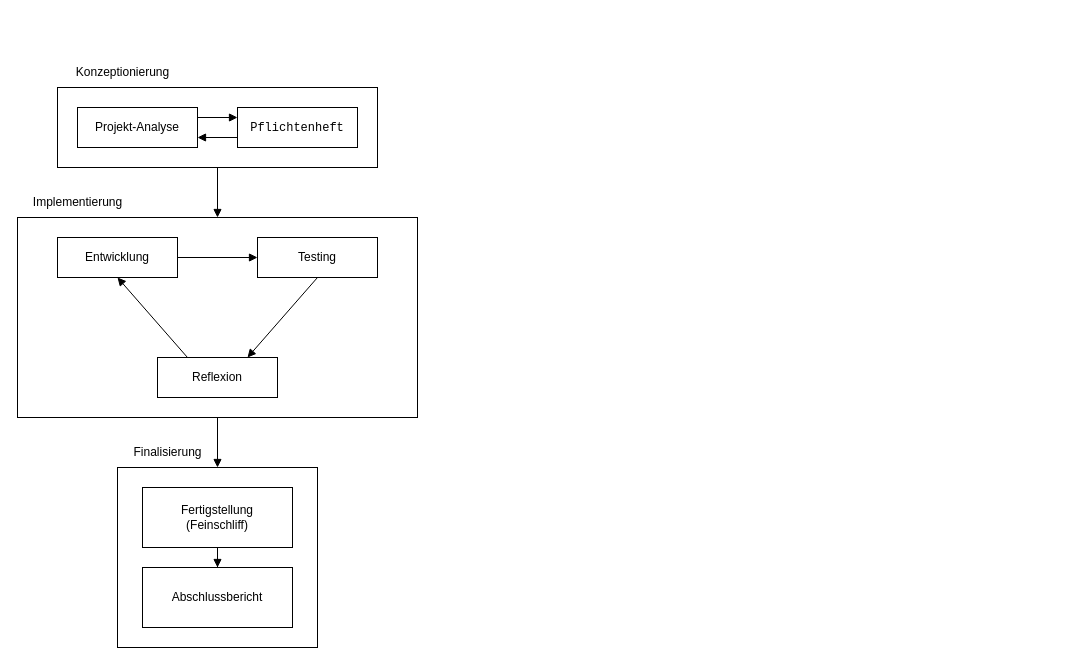
Above: Pflichtenheft/Vorgehensmodell.drawio in SmollClover/Jahresprojekt-FA31 (draw.io), before the change. Source tidied: cells renumbered, new cells numbered last; positions are measured from the earlier drawing's top-left corner, leaving out a move shared by most shapes. Both pictures are drawn from the tidied source at 100%, with x=0, y=0 at pixel (17, 57).
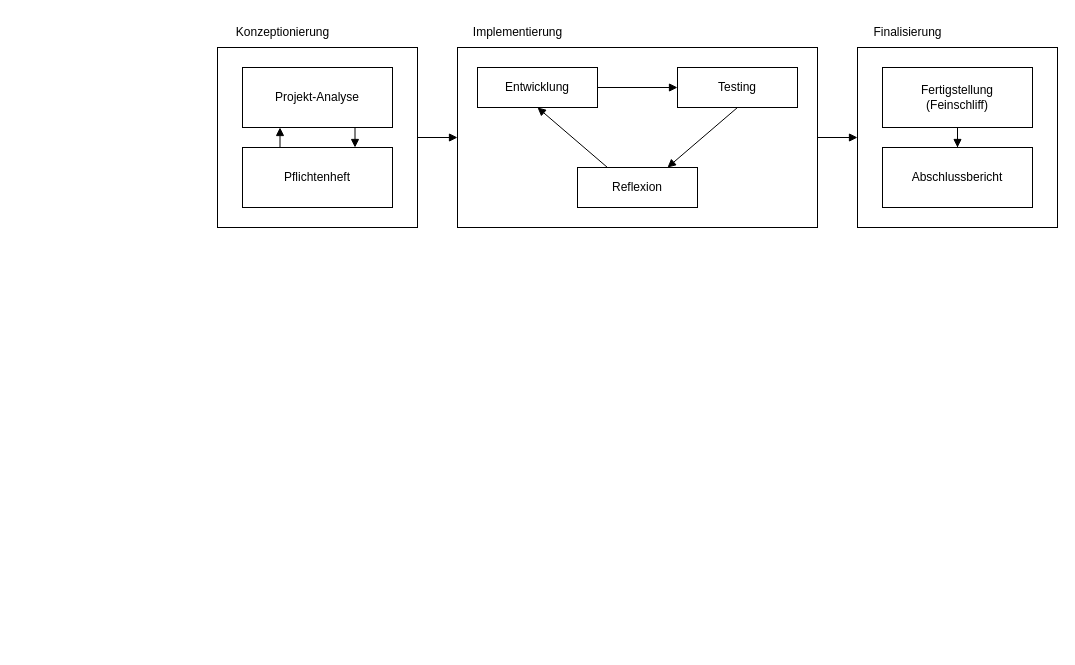
The same diagram, later.

Commit message (it also covers changes not shown here):
Update Vorgehensmodell und export zu PNG

What changed in the source:
```diff
@@
-    <mxCell id="2" style="group;" parent="1" vertex="1">
-      <mxGeometry x="100" y="380" width="200" height="210" as="geometry" />
-    </mxCell>
+    <mxCell id="16" style="edgeStyle=orthogonalEdgeStyle;rounded=0;jettySize=auto;html=1;entryX=0;entryY=0.5;entryDx=0;entryDy=0;endArrow=block;endFill=1;" parent="1" edge="1" source="18" target="4">
+      <mxGeometry relative="1" as="geometry" />
+    </mxCell>
+    <mxCell id="26" style="edgeStyle=orthogonalEdgeStyle;rounded=0;jettySize=auto;html=1;exitX=1;exitY=0.5;exitDx=0;exitDy=0;entryX=0;entryY=0.5;entryDx=0;entryDy=0;endArrow=block;endFill=1;" parent="1" edge="1" source="29" target="18">
+      <mxGeometry relative="1" as="geometry" />
+    </mxCell>
+    <mxCell id="27" style="group;" parent="1" vertex="1">
+      <mxGeometry x="840" y="-40" width="200" height="210" as="geometry" />
+    </mxCell>
-    <mxCell id="3" value="Finalisierung" style="text;html=1;align=center;verticalAlign=middle;strokeColor=none;fillColor=none;" parent="2" vertex="1">
+    <mxCell id="3" value="Finalisierung" style="text;html=1;align=center;verticalAlign=middle;strokeColor=none;fillColor=none;" parent="27" vertex="1">
       <mxGeometry width="100" height="30" as="geometry" />
     </mxCell>
-    <mxCell id="4" style="rounded=0;whiteSpace=wrap;html=1;fillColor=none;" parent="2" vertex="1">
+    <mxCell id="4" style="rounded=0;whiteSpace=wrap;html=1;fillColor=none;" parent="27" vertex="1">
       <mxGeometry y="30" width="200" height="180" as="geometry" />
     </mxCell>
-    <mxCell id="5" value="&lt;div&gt;Fertigstellung&lt;/div&gt;&lt;div&gt;(Feinschliff)&lt;/div&gt;" style="rounded=0;whiteSpace=wrap;html=1;" parent="2" vertex="1">
+    <mxCell id="5" value="&lt;div&gt;Fertigstellung&lt;/div&gt;&lt;div&gt;(Feinschliff)&lt;/div&gt;" style="rounded=0;whiteSpace=wrap;html=1;fillColor=none;" parent="27" vertex="1">
       <mxGeometry x="25" y="50" width="150" height="60" as="geometry" />
     </mxCell>
-    <mxCell id="6" value="Abschlussbericht" style="rounded=0;whiteSpace=wrap;html=1;" parent="2" vertex="1">
+    <mxCell id="6" value="Abschlussbericht" style="rounded=0;whiteSpace=wrap;html=1;fillColor=none;" parent="27" vertex="1">
       <mxGeometry x="25" y="130" width="150" height="60" as="geometry" />
     </mxCell>
-    <mxCell id="7" style="edgeStyle=orthogonalEdgeStyle;rounded=0;jettySize=auto;html=1;entryX=0.5;entryY=0;entryDx=0;entryDy=0;endArrow=block;endFill=1;" parent="2" edge="1" source="5" target="6">
+    <mxCell id="7" style="edgeStyle=orthogonalEdgeStyle;rounded=0;jettySize=auto;html=1;entryX=0.5;entryY=0;entryDx=0;entryDy=0;endArrow=block;endFill=1;" parent="27" edge="1" source="5" target="6">
       <mxGeometry relative="1" as="geometry" />
     </mxCell>
-    <mxCell id="8" style="group;" parent="1" vertex="1">
-      <mxGeometry x="40" width="320" height="110" as="geometry" />
-    </mxCell>
-    <mxCell id="9" style="rounded=0;whiteSpace=wrap;html=1;fillColor=none;" parent="8" vertex="1">
-      <mxGeometry y="30" width="320" height="80" as="geometry" />
-    </mxCell>
+    <mxCell id="28" style="group;" parent="1" vertex="1">
+      <mxGeometry x="200" y="-40" width="200" height="210" as="geometry" />
+    </mxCell>
+    <mxCell id="29" style="rounded=0;whiteSpace=wrap;html=1;fillColor=none;" parent="28" vertex="1">
+      <mxGeometry y="30" width="200" height="180" as="geometry" />
+    </mxCell>
+    <mxCell id="14" value="Konzeptionierung" style="text;html=1;align=center;verticalAlign=middle;strokeColor=none;fillColor=none;" parent="28" vertex="1">
+      <mxGeometry width="130" height="30" as="geometry" />
+    </mxCell>
+    <mxCell id="12" value="&lt;div&gt;Projekt-Analyse&lt;/div&gt;" style="rounded=0;whiteSpace=wrap;html=1;fillColor=none;" parent="28" vertex="1">
+      <mxGeometry x="25" y="50" width="150" height="60" as="geometry" />
+    </mxCell>
+    <mxCell id="13" style="edgeStyle=orthogonalEdgeStyle;rounded=0;jettySize=auto;html=1;exitX=0.25;exitY=0;exitDx=0;exitDy=0;entryX=0.25;entryY=1;entryDx=0;entryDy=0;endArrow=block;endFill=1;" parent="28" edge="1" source="10" target="12">
+      <mxGeometry relative="1" as="geometry" />
+    </mxCell>
-    <mxCell id="10" value="&lt;font face=&quot;Courier New&quot;&gt;Pflichtenheft&lt;/font&gt;" style="rounded=0;whiteSpace=wrap;html=1;" parent="8" vertex="1">
-      <mxGeometry x="180" y="50" width="120" height="40" as="geometry" />
+    <mxCell id="10" value="Pflichtenheft" style="rounded=0;whiteSpace=wrap;html=1;fillColor=none;" parent="28" vertex="1">
+      <mxGeometry x="25" y="130" width="150" height="60" as="geometry" />
     </mxCell>
-    <mxCell id="11" style="edgeStyle=orthogonalEdgeStyle;rounded=0;jettySize=auto;html=1;entryX=0;entryY=0.25;entryDx=0;entryDy=0;exitX=1;exitY=0.25;exitDx=0;exitDy=0;startArrow=none;startFill=0;endArrow=block;endFill=1;" parent="8" edge="1" source="12" target="10">
+    <mxCell id="11" style="edgeStyle=orthogonalEdgeStyle;rounded=0;jettySize=auto;html=1;exitX=0.75;exitY=1;exitDx=0;exitDy=0;entryX=0.75;entryY=0;entryDx=0;entryDy=0;endArrow=block;endFill=1;" parent="28" edge="1" source="12" target="10">
       <mxGeometry relative="1" as="geometry" />
     </mxCell>
-    <mxCell id="12" value="Projekt-Analyse" style="rounded=0;whiteSpace=wrap;html=1;" parent="8" vertex="1">
-      <mxGeometry x="20" y="50" width="120" height="40" as="geometry" />
-    </mxCell>
-    <mxCell id="13" style="edgeStyle=orthogonalEdgeStyle;rounded=0;jettySize=auto;html=1;exitX=0;exitY=0.75;exitDx=0;exitDy=0;entryX=1;entryY=0.75;entryDx=0;entryDy=0;startArrow=none;startFill=0;endArrow=block;endFill=1;" parent="8" edge="1" source="10" target="12">
-      <mxGeometry relative="1" as="geometry" />
-    </mxCell>
-    <mxCell id="14" value="Konzeptionierung" style="text;html=1;align=center;verticalAlign=middle;strokeColor=none;fillColor=none;" parent="8" vertex="1">
-      <mxGeometry width="130" height="30" as="geometry" />
-    </mxCell>
-    <mxCell id="15" style="edgeStyle=orthogonalEdgeStyle;rounded=0;jettySize=auto;html=1;entryX=0.5;entryY=0;entryDx=0;entryDy=0;endArrow=block;endFill=1;" parent="1" edge="1" source="9" target="18">
-      <mxGeometry relative="1" as="geometry" />
-    </mxCell>
-    <mxCell id="16" style="edgeStyle=orthogonalEdgeStyle;rounded=0;jettySize=auto;html=1;entryX=0.5;entryY=0;entryDx=0;entryDy=0;endArrow=block;endFill=1;" parent="1" edge="1" source="18" target="4">
-      <mxGeometry relative="1" as="geometry" />
-    </mxCell>
-    <mxCell id="17" style="group;" parent="1" vertex="1">
-      <mxGeometry y="130" width="400" height="230" as="geometry" />
-    </mxCell>
+    <mxCell id="30" style="group;" parent="1" vertex="1">
+      <mxGeometry x="440" y="-40" width="360" height="210" as="geometry" />
+    </mxCell>
-    <mxCell id="18" value="&amp;nbsp;" style="rounded=0;whiteSpace=wrap;html=1;fillColor=none;" parent="17" vertex="1">
-      <mxGeometry y="30" width="400" height="200" as="geometry" />
+    <mxCell id="18" value="&amp;nbsp;" style="rounded=0;whiteSpace=wrap;html=1;fillColor=none;" parent="30" vertex="1">
+      <mxGeometry y="30" width="360" height="180" as="geometry" />
     </mxCell>
-    <mxCell id="19" value="Implementierung" style="text;html=1;align=center;verticalAlign=middle;strokeColor=none;fillColor=none;" parent="17" vertex="1">
+    <mxCell id="19" value="Implementierung" style="text;html=1;align=center;verticalAlign=middle;strokeColor=none;fillColor=none;" parent="30" vertex="1">
       <mxGeometry width="120" height="30" as="geometry" />
     </mxCell>
-    <mxCell id="20" value="Entwicklung" style="rounded=0;whiteSpace=wrap;html=1;" parent="17" vertex="1">
-      <mxGeometry x="40" y="50" width="120" height="40" as="geometry" />
+    <mxCell id="20" value="Entwicklung" style="rounded=0;whiteSpace=wrap;html=1;fillColor=none;" parent="30" vertex="1">
+      <mxGeometry x="20" y="50" width="120" height="40" as="geometry" />
     </mxCell>
-    <mxCell id="21" value="Testing" style="rounded=0;whiteSpace=wrap;html=1;" parent="17" vertex="1">
-      <mxGeometry x="240" y="50" width="120" height="40" as="geometry" />
+    <mxCell id="21" value="Testing" style="rounded=0;whiteSpace=wrap;html=1;fillColor=none;" parent="30" vertex="1">
+      <mxGeometry x="220" y="50" width="120" height="40" as="geometry" />
     </mxCell>
-    <mxCell id="22" style="edgeStyle=orthogonalEdgeStyle;rounded=0;jettySize=auto;html=1;entryX=0;entryY=0.5;entryDx=0;entryDy=0;endArrow=block;endFill=1;" parent="17" edge="1" source="20" target="21">
+    <mxCell id="22" style="edgeStyle=orthogonalEdgeStyle;rounded=0;jettySize=auto;html=1;entryX=0;entryY=0.5;entryDx=0;entryDy=0;endArrow=block;endFill=1;" parent="30" edge="1" source="20" target="21">
       <mxGeometry relative="1" as="geometry" />
     </mxCell>
-    <mxCell id="23" style="rounded=0;jettySize=auto;html=1;entryX=0.5;entryY=1;entryDx=0;entryDy=0;exitX=0.25;exitY=0;exitDx=0;exitDy=0;endArrow=block;endFill=1;" parent="17" edge="1" source="24" target="20">
+    <mxCell id="23" style="rounded=0;jettySize=auto;html=1;entryX=0.5;entryY=1;entryDx=0;entryDy=0;exitX=0.25;exitY=0;exitDx=0;exitDy=0;endArrow=block;endFill=1;" parent="30" edge="1" source="24" target="20">
       <mxGeometry relative="1" as="geometry" />
     </mxCell>
-    <mxCell id="24" value="Reflexion" style="rounded=0;whiteSpace=wrap;html=1;" parent="17" vertex="1">
-      <mxGeometry x="140" y="170" width="120" height="40" as="geometry" />
+    <mxCell id="24" value="Reflexion" style="rounded=0;whiteSpace=wrap;html=1;fillColor=none;" parent="30" vertex="1">
+      <mxGeometry x="120" y="150" width="120" height="40" as="geometry" />
     </mxCell>
-    <mxCell id="25" style="rounded=0;jettySize=auto;html=1;entryX=0.75;entryY=0;entryDx=0;entryDy=0;exitX=0.5;exitY=1;exitDx=0;exitDy=0;endArrow=block;endFill=1;" parent="17" edge="1" source="21" target="24">
+    <mxCell id="25" style="rounded=0;jettySize=auto;html=1;entryX=0.75;entryY=0;entryDx=0;entryDy=0;exitX=0.5;exitY=1;exitDx=0;exitDy=0;endArrow=block;endFill=1;" parent="30" edge="1" source="21" target="24">
       <mxGeometry relative="1" as="geometry" />
     </mxCell>
```
